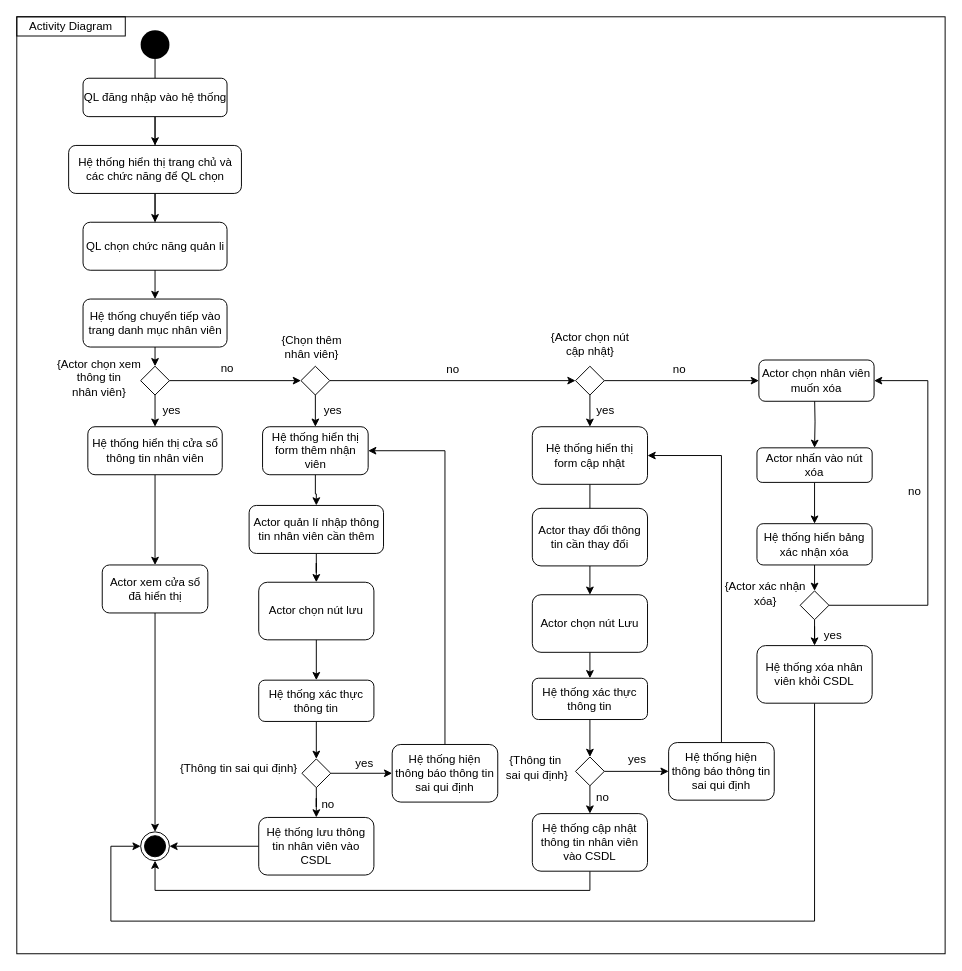
The draw.io diagram Thiết kế/Activity/Quản lí nhân viên.drawio in CNPM-Team-1/CNPM, before the edit. Source tidied: cells renumbered, new cells numbered last; positions are measured from the earlier drawing's top-left corner, leaving out a move shared by most shapes. Both pictures are drawn from the tidied source at 96%, with x=0, y=0 at pixel (16, 16).
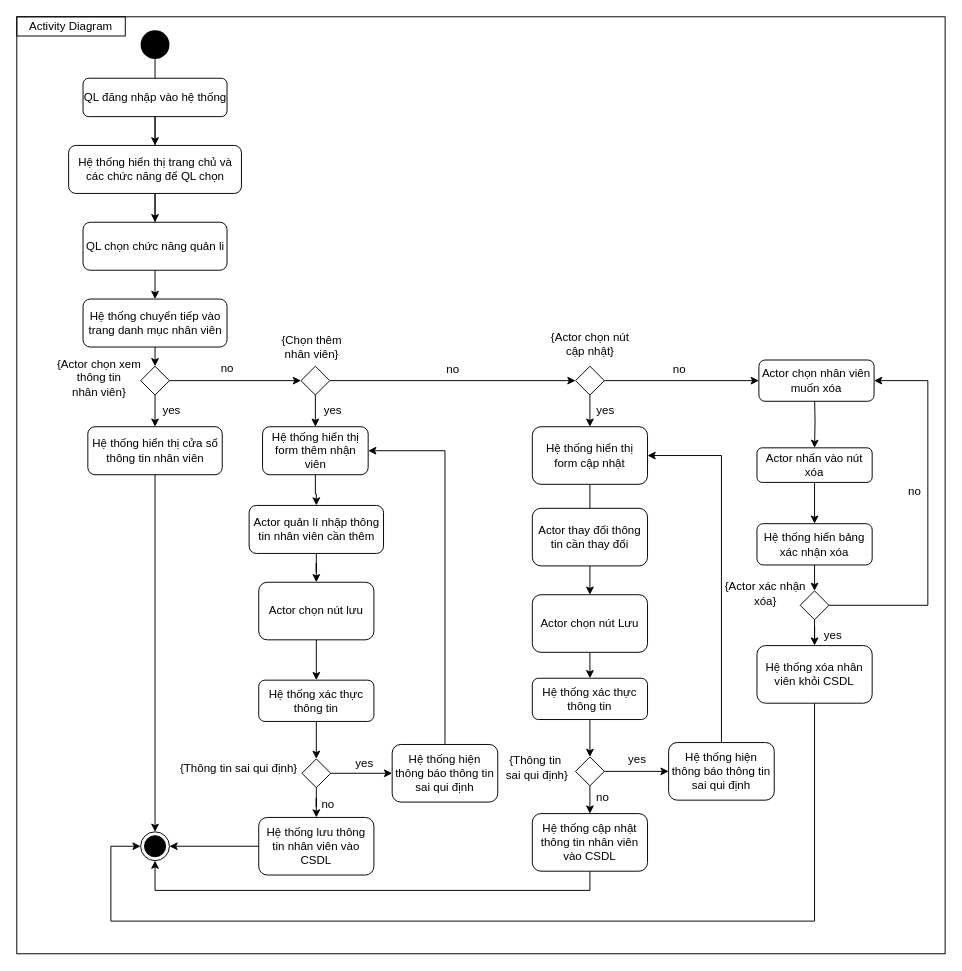
Above is the later version.

Commit message (it also covers changes not shown here):
update activity QLNV

The change refers to these unchanged cells:
```xml
<mxCell id="16" value="Hệ thống hiển thị cửa sổ &lt;br&gt;thông tin nhân viên" style="html=1;rounded=1;" parent="1" vertex="1">
  <mxGeometry x="74" y="427" width="140" height="50" as="geometry" />
</mxCell>
<mxCell id="22" style="ellipse;html=1;shape=endState;fillColor=#000000;strokeColor=#000000;" parent="1" vertex="1">
  <mxGeometry x="129" y="849" width="30" height="30" as="geometry" />
</mxCell>
```

What changed in the source:
```diff
@@
-    <mxCell id="15" style="edgeStyle=orthogonalEdgeStyle;rounded=0;jettySize=auto;html=1;" parent="1" edge="1" source="16" target="21">
+    <mxCell id="15" style="edgeStyle=orthogonalEdgeStyle;rounded=0;jettySize=auto;html=1;" parent="1" edge="1" source="16" target="22">
       <mxGeometry relative="1" as="geometry" />
     </mxCell>
@@
-    <mxCell id="20" style="edgeStyle=orthogonalEdgeStyle;rounded=0;jettySize=auto;html=1;entryX=0.5;entryY=0;entryDx=0;entryDy=0;" parent="1" edge="1" source="21" target="22">
-      <mxGeometry relative="1" as="geometry" />
-    </mxCell>
-    <mxCell id="21" value="Actor xem cửa sổ &lt;br&gt;đã hiển thị" style="html=1;rounded=1;" parent="1" vertex="1">
-      <mxGeometry x="89" y="571" width="110" height="50" as="geometry" />
-    </mxCell>
```
